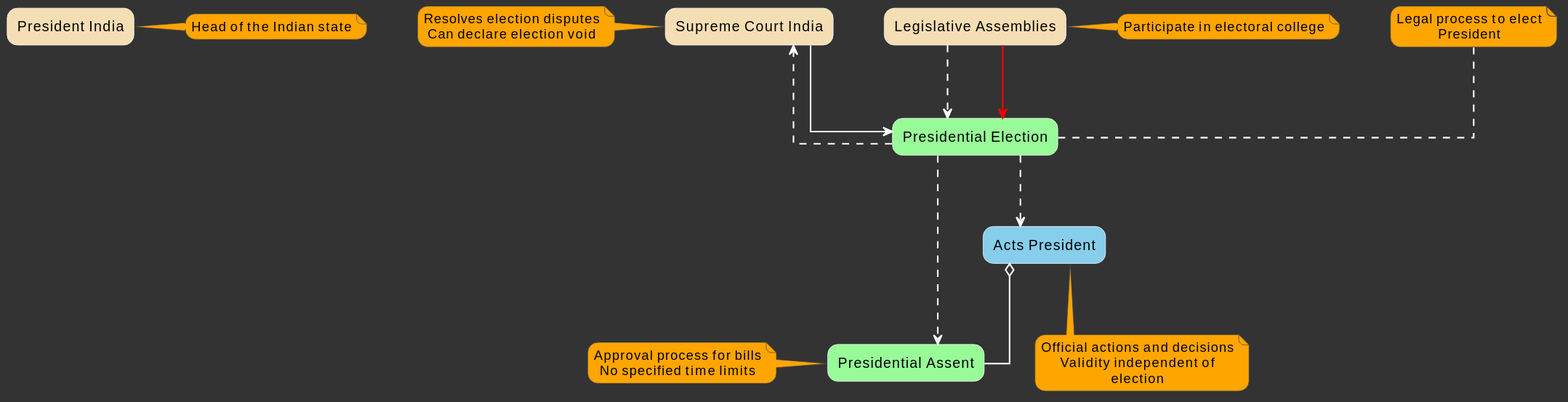
The PlantUML diagram tele_1.svg in bolibazaar/upsc_sol_assets, before a commit.
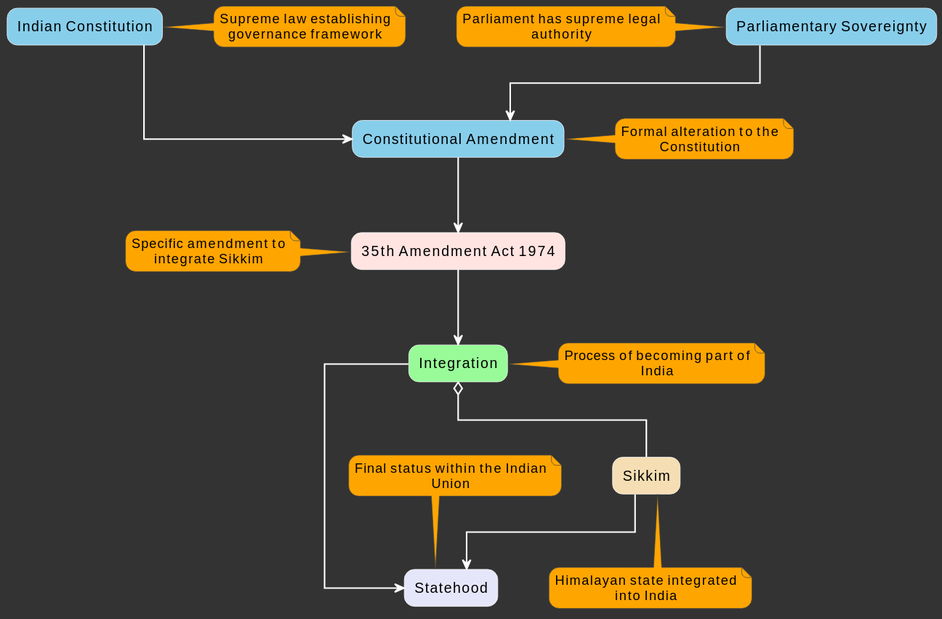
After the change.

Diff of the diagram source:
```diff
@@ -20,47 +20,51 @@
 skinparam rectangleFontColor black
 skinparam rectangleBorderColor white
 
-rectangle "President India" #F5DEB3
-rectangle "Supreme Court India" #F5DEB3
-rectangle "Legislative Assemblies" #F5DEB3
+rectangle "Indian Constitution" #87CEEB
+rectangle "Constitutional Amendment" #87CEEB
+rectangle "Parliamentary Sovereignty" #87CEEB
 
-rectangle "Presidential Election" #98FB98
-rectangle "Presidential Assent" #98FB98
+rectangle "35th Amendment Act 1974" #FFE4E1
 
-rectangle "Acts President" #87CEEB
+rectangle "Sikkim" #F5DEB3
 
-"Presidential Election" ..> "Supreme Court India"
-"Supreme Court India" ==> "Presidential Election"
-"Presidential Election" ..> "Acts President"
-"Legislative Assemblies" ..> "Presidential Election"
-"Legislative Assemblies" -[#red]-> "Presidential Election"
-"Acts President" o-- "Presidential Assent"
-"Presidential Election" ..> "Presidential Assent"
+rectangle "Integration" #98FB98
 
-note right of "President India"
-  Head of the Indian state
+rectangle "Statehood" #E6E6FA
+
+"Indian Constitution" --> "Constitutional Amendment"
+"Parliamentary Sovereignty" --> "Constitutional Amendment"
+"Constitutional Amendment" --> "35th Amendment Act 1974"
+"35th Amendment Act 1974" --> "Integration"
+"Integration" o-- "Sikkim"
+"Integration" --> "Statehood"
+"Sikkim" --> "Statehood"
+
+note right of "Indian Constitution"
+  Supreme law establishing governance framework
 end note
 
-note top of "Presidential Election"
-  Legal process to elect President
+note left of "Parliamentary Sovereignty"
+  Parliament has supreme legal authority
 end note
 
-note left of "Supreme Court India"
-  Resolves election disputes
-  Can declare election void
+note right of "Constitutional Amendment"
+  Formal alteration to the Constitution
 end note
 
-note bottom of "Acts President"
-  Official actions and decisions
-  Validity independent of election
+note left of "35th Amendment Act 1974"
+  Specific amendment to integrate Sikkim
 end note
 
-note right of "Legislative Assemblies"
-  Participate in electoral college
+note right of "Integration"
+  Process of becoming part of India
 end note
 
-note left of "Presidential Assent"
-  Approval process for bills
-  No specified time limits
+note bottom of "Sikkim"
+  Himalayan state integrated into India
+end note
+
+note top of "Statehood"
+  Final status within the Indian Union
 end note
 @enduml
```
